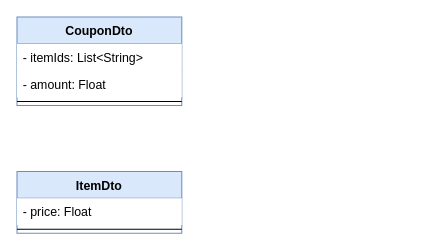
Earlier version of the draw.io diagram page "Dominio" (1 of 2) of doc/diagrama-uml.drawio (jcmc1998/coupon). Source tidied: cells renumbered, new cells numbered last; positions are measured from the earlier drawing's top-left corner, leaving out a move shared by most shapes. Both pictures are drawn from the tidied source at 103%, with x=0, y=0 at pixel (16, 16).
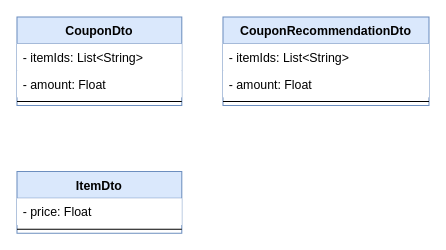
The same diagram, later.

What changed in the source:
```diff
@@
 <mxGraphModel>
   <root>
     <mxCell id="0" />
     <mxCell id="1" parent="0" />
     <mxCell id="2" value="CouponDto" style="swimlane;fontStyle=1;align=center;verticalAlign=top;horizontal=1;startSize=26;fillColor=#dae8fc;strokeColor=#6c8ebf;" parent="1" vertex="1">
       <mxGeometry width="160" height="86" as="geometry" />
     </mxCell>
     <mxCell id="3" value="- itemIds: List&lt;String&gt;&#10;" style="text;strokeColor=none;fillColor=#ffffff;align=left;verticalAlign=top;spacingLeft=4;spacingRight=4;overflow=hidden;" parent="2" vertex="1">
       <mxGeometry y="26" width="160" height="26" as="geometry" />
     </mxCell>
     <mxCell id="4" value="- amount: Float&#10;" style="text;strokeColor=none;fillColor=#ffffff;align=left;verticalAlign=top;spacingLeft=4;spacingRight=4;overflow=hidden;" parent="2" vertex="1">
       <mxGeometry y="52" width="160" height="26" as="geometry" />
     </mxCell>
     <mxCell id="5" style="line;strokeWidth=1;fillColor=none;align=left;verticalAlign=middle;spacingTop=-1;spacingLeft=3;spacingRight=3;labelPosition=right;" parent="2" vertex="1">
       <mxGeometry y="78" width="160" height="8" as="geometry" />
     </mxCell>
     <mxCell id="6" value="ItemDto" style="swimlane;fontStyle=1;align=center;verticalAlign=top;horizontal=1;startSize=26;fillColor=#dae8fc;strokeColor=#6c8ebf;" parent="1" vertex="1">
       <mxGeometry y="150" width="160" height="60" as="geometry" />
     </mxCell>
     <mxCell id="7" value="- price: Float&#10;" style="text;strokeColor=none;fillColor=#ffffff;align=left;verticalAlign=top;spacingLeft=4;spacingRight=4;overflow=hidden;" parent="6" vertex="1">
       <mxGeometry y="26" width="160" height="26" as="geometry" />
     </mxCell>
     <mxCell id="8" style="line;strokeWidth=1;fillColor=none;align=left;verticalAlign=middle;spacingTop=-1;spacingLeft=3;spacingRight=3;labelPosition=right;" parent="6" vertex="1">
       <mxGeometry y="52" width="160" height="8" as="geometry" />
     </mxCell>
+    <mxCell id="9" value="CouponRecommendationDto" style="swimlane;fontStyle=1;align=center;verticalAlign=top;horizontal=1;startSize=26;fillColor=#dae8fc;strokeColor=#6c8ebf;" parent="1" vertex="1">
+      <mxGeometry x="200" width="200" height="86" as="geometry" />
+    </mxCell>
+    <mxCell id="10" value="- itemIds: List&lt;String&gt;&#10;" style="text;strokeColor=none;fillColor=#ffffff;align=left;verticalAlign=top;spacingLeft=4;spacingRight=4;overflow=hidden;" parent="9" vertex="1">
+      <mxGeometry y="26" width="200" height="26" as="geometry" />
+    </mxCell>
+    <mxCell id="11" value="- amount: Float&#10;" style="text;strokeColor=none;fillColor=#ffffff;align=left;verticalAlign=top;spacingLeft=4;spacingRight=4;overflow=hidden;" parent="9" vertex="1">
+      <mxGeometry y="52" width="200" height="26" as="geometry" />
+    </mxCell>
+    <mxCell id="12" style="line;strokeWidth=1;fillColor=none;align=left;verticalAlign=middle;spacingTop=-1;spacingLeft=3;spacingRight=3;labelPosition=right;" parent="9" vertex="1">
+      <mxGeometry y="78" width="200" height="8" as="geometry" />
+    </mxCell>
   </root>
 </mxGraphModel>
```
